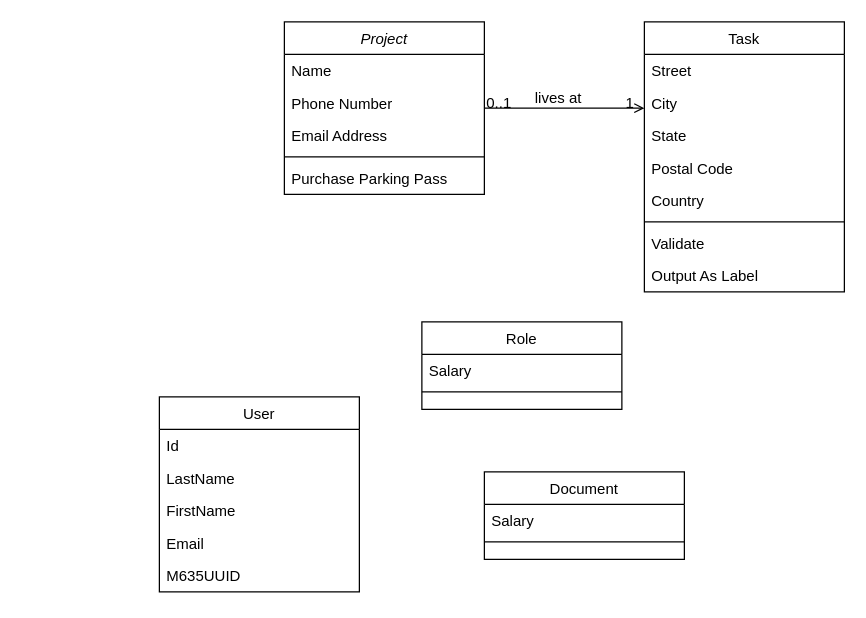
Earlier version of the draw.io diagram Untitled Diagram.drawio (Michelle-Ngami/Conception_DSF). Source tidied: cells renumbered, new cells numbered last; positions are measured from the earlier drawing's top-left corner, leaving out a move shared by most shapes. Both pictures are drawn from the tidied source at 125%, with x=0, y=0 at pixel (159, 21).
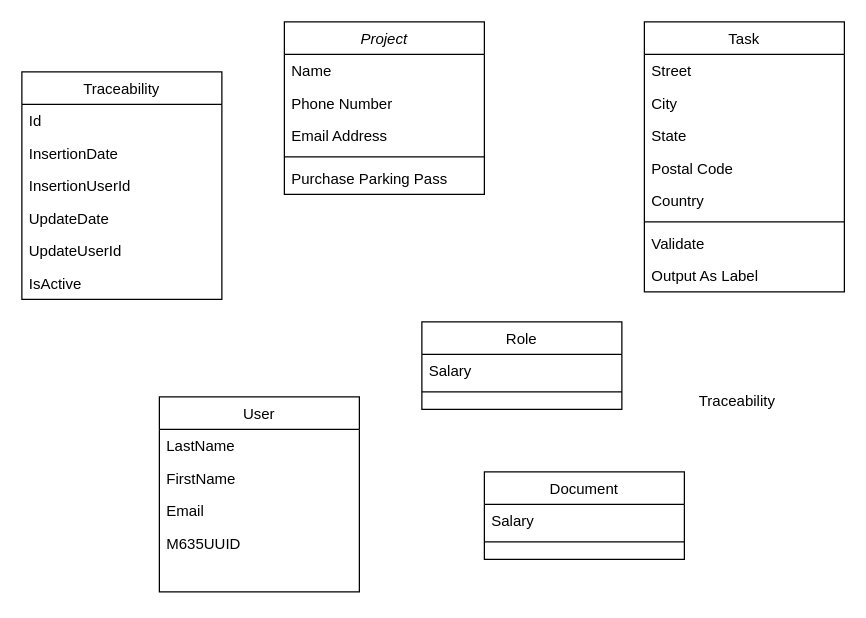
After the change.

Unchanged cells that the change refers to:
```xml
<mxCell id="2" value="Project" style="swimlane;fontStyle=2;align=center;verticalAlign=top;horizontal=1;startSize=26;rounded=0;shadow=0;strokeWidth=1;" parent="1" vertex="1">
  <mxGeometry x="100" width="160" height="138" as="geometry" />
</mxCell>
<mxCell id="8" value="User" style="swimlane;fontStyle=0;align=center;verticalAlign=top;horizontal=1;startSize=26;rounded=0;shadow=0;strokeWidth=1;" parent="1" vertex="1">
  <mxGeometry y="300" width="160" height="156" as="geometry" />
</mxCell>
<mxCell id="17" value="Task" style="swimlane;fontStyle=0;align=center;verticalAlign=top;horizontal=1;startSize=26;rounded=0;shadow=0;strokeWidth=1;" parent="1" vertex="1">
  <mxGeometry x="388" width="160" height="216" as="geometry" />
</mxCell>
```

The edit, as a diff of the source:
```diff
@@
-    <mxCell id="9" value="Id" style="text;align=left;verticalAlign=top;spacingLeft=4;spacingRight=4;overflow=hidden;" parent="8" vertex="1">
-      <mxGeometry y="26" width="160" height="26" as="geometry" />
-    </mxCell>
     <mxCell id="10" value="LastName" style="text;align=left;verticalAlign=top;spacingLeft=4;spacingRight=4;overflow=hidden;" parent="8" vertex="1">
-      <mxGeometry y="52" width="160" height="26" as="geometry" />
+      <mxGeometry y="26" width="160" height="26" as="geometry" />
     </mxCell>
     <mxCell id="11" value="FirstName" style="text;align=left;verticalAlign=top;spacingLeft=4;spacingRight=4;overflow=hidden;rounded=0;shadow=0;html=0;" parent="8" vertex="1">
-      <mxGeometry y="78" width="160" height="26" as="geometry" />
+      <mxGeometry y="52" width="160" height="26" as="geometry" />
     </mxCell>
     <mxCell id="12" value="Email" style="text;align=left;verticalAlign=top;spacingLeft=4;spacingRight=4;overflow=hidden;rounded=0;shadow=0;html=0;" parent="8" vertex="1">
-      <mxGeometry y="104" width="160" height="26" as="geometry" />
+      <mxGeometry y="78" width="160" height="26" as="geometry" />
     </mxCell>
     <mxCell id="13" value="M635UUID" style="text;align=left;verticalAlign=top;spacingLeft=4;spacingRight=4;overflow=hidden;rounded=0;shadow=0;html=0;" parent="8" vertex="1">
-      <mxGeometry y="130" width="160" height="26" as="geometry" />
+      <mxGeometry y="104" width="160" height="26" as="geometry" />
     </mxCell>
@@
-    <mxCell id="26" style="endArrow=open;shadow=0;strokeWidth=1;rounded=0;curved=0;endFill=1;edgeStyle=elbowEdgeStyle;elbow=vertical;" parent="1" edge="1" source="2" target="17">
-      <mxGeometry x="0.5" y="41" relative="1" as="geometry">
-        <mxPoint x="-40" y="32" as="offset" />
-      </mxGeometry>
-    </mxCell>
-    <mxCell id="27" value="0..1" style="align=left;verticalAlign=bottom;labelBackgroundColor=none;fontSize=12;" parent="26" vertex="1">
-      <mxGeometry x="-1" relative="1" as="geometry">
-        <mxPoint y="4" as="offset" />
-      </mxGeometry>
-    </mxCell>
-    <mxCell id="28" value="1" style="align=right;verticalAlign=bottom;labelBackgroundColor=none;fontSize=12;" parent="26" vertex="1">
-      <mxGeometry x="1" relative="1" as="geometry">
-        <mxPoint x="-7" y="4" as="offset" />
-      </mxGeometry>
-    </mxCell>
-    <mxCell id="29" value="lives at" style="text;html=1;align=center;verticalAlign=middle;labelBackgroundColor=none;rounded=0;shadow=0;strokeWidth=1;fontSize=12;" parent="26" vertex="1">
-      <mxGeometry x="0.5" y="49" relative="1" as="geometry">
-        <mxPoint x="-38" y="40" as="offset" />
-      </mxGeometry>
-    </mxCell>
@@
+    <mxCell id="33" value="Traceability" style="text;whiteSpace=wrap;" parent="1" vertex="1">
+      <mxGeometry x="430" y="290" width="90" height="40" as="geometry" />
+    </mxCell>
+    <mxCell id="34" value="Traceability" style="swimlane;fontStyle=0;align=center;verticalAlign=top;horizontal=1;startSize=26;rounded=0;shadow=0;strokeWidth=1;" parent="1" vertex="1">
+      <mxGeometry x="-110" y="40" width="160" height="182" as="geometry" />
+    </mxCell>
+    <mxCell id="9" value="Id" style="text;align=left;verticalAlign=top;spacingLeft=4;spacingRight=4;overflow=hidden;" parent="34" vertex="1">
+      <mxGeometry y="26" width="160" height="26" as="geometry" />
+    </mxCell>
+    <mxCell id="35" value="InsertionDate" style="text;align=left;verticalAlign=top;spacingLeft=4;spacingRight=4;overflow=hidden;rounded=0;shadow=0;html=0;" parent="34" vertex="1">
+      <mxGeometry y="52" width="160" height="26" as="geometry" />
+    </mxCell>
+    <mxCell id="36" value="InsertionUserId" style="text;align=left;verticalAlign=top;spacingLeft=4;spacingRight=4;overflow=hidden;rounded=0;shadow=0;html=0;" parent="34" vertex="1">
+      <mxGeometry y="78" width="160" height="26" as="geometry" />
+    </mxCell>
+    <mxCell id="37" value="UpdateDate" style="text;align=left;verticalAlign=top;spacingLeft=4;spacingRight=4;overflow=hidden;rounded=0;shadow=0;html=0;" parent="34" vertex="1">
+      <mxGeometry y="104" width="160" height="26" as="geometry" />
+    </mxCell>
+    <mxCell id="38" value="UpdateUserId" style="text;align=left;verticalAlign=top;spacingLeft=4;spacingRight=4;overflow=hidden;rounded=0;shadow=0;html=0;" parent="34" vertex="1">
+      <mxGeometry y="130" width="160" height="26" as="geometry" />
+    </mxCell>
+    <mxCell id="39" value="IsActive" style="text;align=left;verticalAlign=top;spacingLeft=4;spacingRight=4;overflow=hidden;rounded=0;shadow=0;html=0;" parent="34" vertex="1">
+      <mxGeometry y="156" width="160" height="26" as="geometry" />
+    </mxCell>
```
